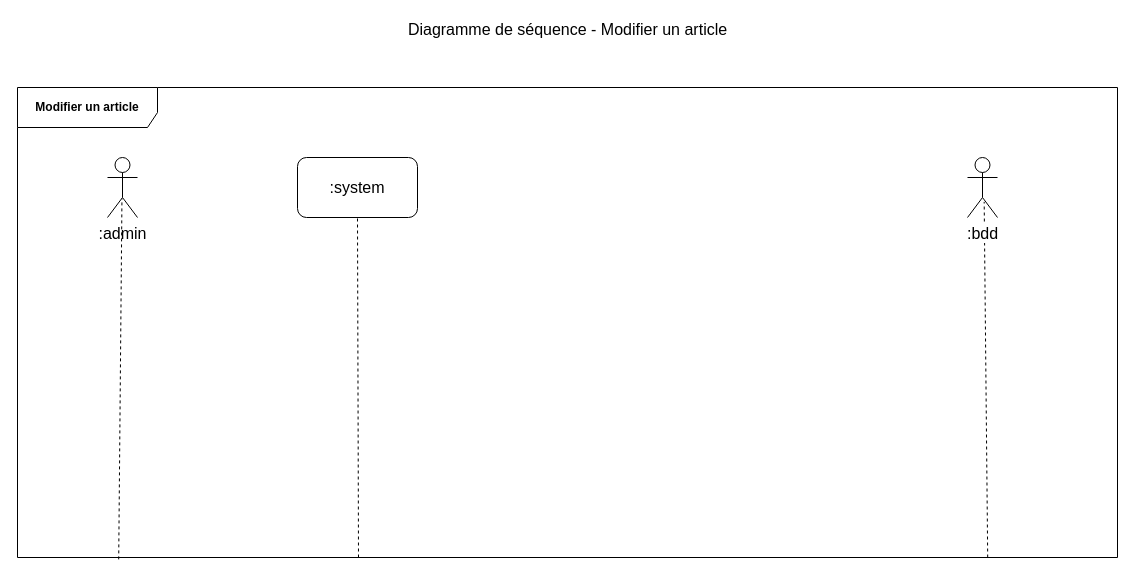
thomas-claireau/PHP---P6-Openclassrooms keeps this draw.io diagram as uml-diagrams/drawio/diagram-sequence-update-article.drawio. Above is the earlier version. Source tidied: cells renumbered, new cells numbered last; positions are measured from the earlier drawing's top-left corner, leaving out a move shared by most shapes. Both pictures are drawn from the tidied source at 100%, with x=0, y=0 at pixel (17, 17).
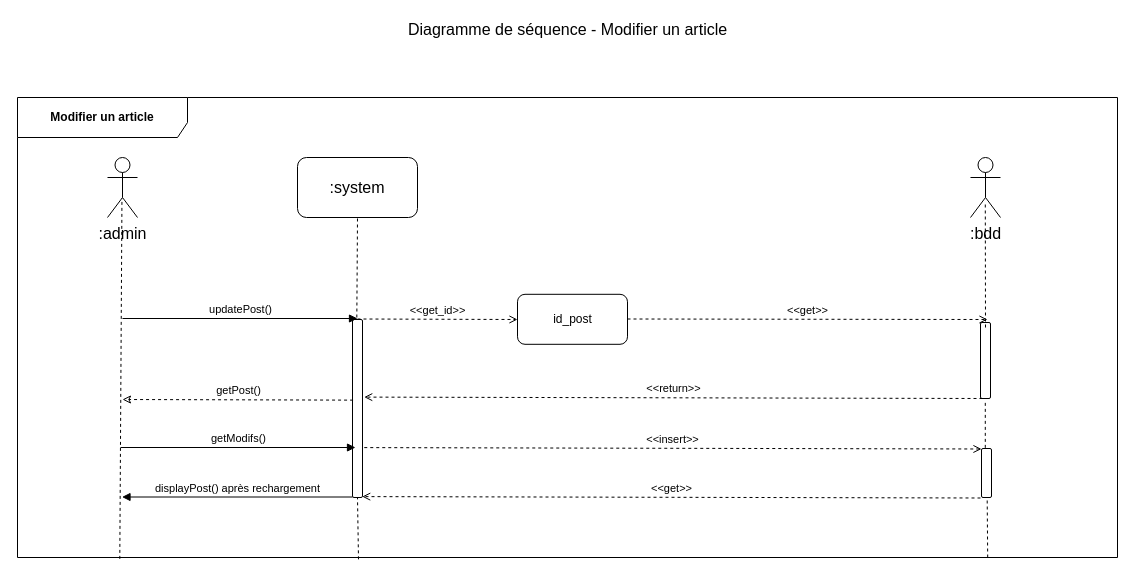
The same page after the edit.

Commit message (it also covers changes not shown here):
update sequence diagram

The change refers to these unchanged cells:
```xml
<mxCell id="4" value=":admin" style="shape=umlActor;verticalLabelPosition=bottom;labelBackgroundColor=#ffffff;verticalAlign=top;html=1;shadow=0;strokeColor=#000000;gradientColor=none;fontSize=16;align=center;" parent="1" vertex="1">
  <mxGeometry x="90" y="140" width="30" height="60" as="geometry" />
</mxCell>
<mxCell id="5" value=":system" style="rounded=1;whiteSpace=wrap;html=1;shadow=0;labelBackgroundColor=#ffffff;strokeColor=#000000;gradientColor=none;fontSize=16;align=center;" parent="1" vertex="1">
  <mxGeometry x="280" y="140" width="120" height="60" as="geometry" />
</mxCell>
```

Change to the diagram source:
```diff
@@
-    <mxCell id="2" value="Modifier un article" style="shape=umlFrame;whiteSpace=wrap;html=1;width=140;height=40;fontStyle=1;labelBackgroundColor=#ffffff;labelBorderColor=none;gradientColor=none;swimlaneFillColor=none;shadow=0;strokeColor=#000000;" parent="1" vertex="1">
-      <mxGeometry y="70" width="1100" height="470" as="geometry" />
+    <mxCell id="2" value="Modifier un article" style="shape=umlFrame;whiteSpace=wrap;html=1;width=170;height=40;fontStyle=1;labelBackgroundColor=#ffffff;labelBorderColor=none;gradientColor=none;swimlaneFillColor=none;shadow=0;strokeColor=#000000;" parent="1" vertex="1">
+      <mxGeometry y="80" width="1100" height="460" as="geometry" />
     </mxCell>
@@
-    <mxCell id="6" style="endArrow=none;dashed=1;html=1;fontSize=16;entryX=0.482;entryY=0.683;entryDx=0;entryDy=0;entryPerimeter=0;exitX=0.092;exitY=1.004;exitDx=0;exitDy=0;exitPerimeter=0;" parent="1" edge="1" source="2" target="4">
+    <mxCell id="6" style="endArrow=none;dashed=1;html=1;fontSize=16;entryX=0.482;entryY=0.683;entryDx=0;entryDy=0;entryPerimeter=0;exitX=0.093;exitY=1.003;exitDx=0;exitDy=0;exitPerimeter=0;" parent="1" edge="1" source="2" target="4">
       <mxGeometry relative="1" as="geometry" />
     </mxCell>
-    <mxCell id="7" style="endArrow=none;dashed=1;html=1;fontSize=16;entryX=0.5;entryY=1;entryDx=0;entryDy=0;exitX=0.31;exitY=1;exitDx=0;exitDy=0;exitPerimeter=0;" parent="1" edge="1" source="2" target="5">
-      <mxGeometry relative="1" as="geometry" />
-    </mxCell>
-    <mxCell id="8" style="endArrow=none;dashed=1;html=1;fontSize=16;entryX=0.556;entryY=0.739;entryDx=0;entryDy=0;entryPerimeter=0;exitX=0.882;exitY=1;exitDx=0;exitDy=0;exitPerimeter=0;" parent="1" edge="1" source="2" target="9">
-      <mxGeometry relative="1" as="geometry" />
-    </mxCell>
+    <mxCell id="10" style="endArrow=none;dashed=1;html=1;fontSize=16;entryX=0.5;entryY=1;entryDx=0;entryDy=0;exitX=0.31;exitY=1;exitDx=0;exitDy=0;exitPerimeter=0;" parent="1" edge="1" source="13" target="5">
+      <mxGeometry relative="1" as="geometry" />
+    </mxCell>
     <mxCell id="9" value=":bdd" style="shape=umlActor;verticalLabelPosition=bottom;labelBackgroundColor=#ffffff;verticalAlign=top;html=1;shadow=0;strokeColor=#000000;gradientColor=none;fontSize=16;align=center;" parent="1" vertex="1">
-      <mxGeometry x="950" y="140" width="30" height="60" as="geometry" />
+      <mxGeometry x="953" y="140" width="30" height="60" as="geometry" />
     </mxCell>
+    <mxCell id="11" value="id_post" style="html=1;gradientColor=none;rounded=1;" parent="1" vertex="1">
+      <mxGeometry x="500" y="276.8" width="110" height="50" as="geometry" />
+    </mxCell>
+    <mxCell id="12" value="&amp;lt;&amp;lt;get_id&amp;gt;&amp;gt;" style="html=1;verticalAlign=bottom;endArrow=open;fontSize=11;dashed=1;endFill=0;" parent="1" edge="1">
+      <mxGeometry relative="1" as="geometry">
+        <mxPoint x="340" y="301.5" as="sourcePoint" />
+        <mxPoint x="500" y="302" as="targetPoint" />
+      </mxGeometry>
+    </mxCell>
+    <mxCell id="13" style="html=1;points=[];perimeter=orthogonalPerimeter;rounded=1;gradientColor=none;" parent="1" vertex="1">
+      <mxGeometry x="335" y="302" width="10" height="178" as="geometry" />
+    </mxCell>
+    <mxCell id="14" style="endArrow=none;dashed=1;html=1;fontSize=16;entryX=0.5;entryY=1;entryDx=0;entryDy=0;exitX=0.31;exitY=1.004;exitDx=0;exitDy=0;exitPerimeter=0;" parent="1" edge="1" source="2" target="13">
+      <mxGeometry relative="1" as="geometry" />
+    </mxCell>
+    <mxCell id="15" value="updatePost()" style="html=1;verticalAlign=bottom;endArrow=block;fontSize=11;" parent="1" edge="1">
+      <mxGeometry relative="1" as="geometry">
+        <mxPoint x="105" y="301" as="sourcePoint" />
+        <mxPoint x="340" y="301" as="targetPoint" />
+      </mxGeometry>
+    </mxCell>
+    <mxCell id="16" style="html=1;points=[];perimeter=orthogonalPerimeter;rounded=1;gradientColor=none;" parent="1" vertex="1">
+      <mxGeometry x="963" y="305" width="10" height="76" as="geometry" />
+    </mxCell>
+    <mxCell id="17" value="&amp;lt;&amp;lt;get&amp;gt;&amp;gt;" style="html=1;verticalAlign=bottom;endArrow=open;fontSize=11;dashed=1;endFill=0;" parent="1" edge="1">
+      <mxGeometry relative="1" as="geometry">
+        <mxPoint x="610" y="301.5" as="sourcePoint" />
+        <mxPoint x="970" y="302" as="targetPoint" />
+      </mxGeometry>
+    </mxCell>
+    <mxCell id="18" value="&amp;lt;&amp;lt;return&amp;gt;&amp;gt;" style="html=1;verticalAlign=bottom;endArrow=open;fontSize=11;dashed=1;endFill=0;entryX=1.168;entryY=0.713;entryDx=0;entryDy=0;entryPerimeter=0;exitX=0.146;exitY=0.999;exitDx=0;exitDy=0;exitPerimeter=0;" parent="1" edge="1">
+      <mxGeometry relative="1" as="geometry">
+        <mxPoint x="965" y="381" as="sourcePoint" />
+        <mxPoint x="346.7" y="379.6" as="targetPoint" />
+      </mxGeometry>
+    </mxCell>
+    <mxCell id="19" value="getPost()" style="html=1;verticalAlign=bottom;endArrow=classic;fontSize=11;exitX=0.057;exitY=0.453;exitDx=0;exitDy=0;exitPerimeter=0;dashed=1;endFill=0;" parent="1" edge="1" source="13">
+      <mxGeometry relative="1" as="geometry">
+        <mxPoint x="105" y="382" as="targetPoint" />
+      </mxGeometry>
+    </mxCell>
+    <mxCell id="20" style="endArrow=none;dashed=1;html=1;fontSize=16;entryX=0.493;entryY=0.739;entryDx=0;entryDy=0;entryPerimeter=0;" parent="1" edge="1" target="9">
+      <mxGeometry relative="1" as="geometry">
+        <mxPoint x="968" y="310" as="sourcePoint" />
+      </mxGeometry>
+    </mxCell>
+    <mxCell id="21" value="getModifs()" style="html=1;verticalAlign=bottom;endArrow=block;fontSize=11;" parent="1" edge="1">
+      <mxGeometry relative="1" as="geometry">
+        <mxPoint x="103" y="430" as="sourcePoint" />
+        <mxPoint x="338" y="430" as="targetPoint" />
+      </mxGeometry>
+    </mxCell>
+    <mxCell id="22" style="endArrow=none;dashed=1;html=1;fontSize=16;entryX=0.556;entryY=0.739;entryDx=0;entryDy=0;entryPerimeter=0;exitX=0.882;exitY=1;exitDx=0;exitDy=0;exitPerimeter=0;" parent="1" edge="1" source="2" target="23">
+      <mxGeometry relative="1" as="geometry" />
+    </mxCell>
+    <mxCell id="23" style="html=1;points=[];perimeter=orthogonalPerimeter;rounded=1;gradientColor=none;" parent="1" vertex="1">
+      <mxGeometry x="964" y="431" width="10" height="49" as="geometry" />
+    </mxCell>
+    <mxCell id="24" value="&amp;lt;&amp;lt;insert&amp;gt;&amp;gt;" style="html=1;verticalAlign=bottom;endArrow=none;fontSize=11;dashed=1;endFill=0;entryX=1.168;entryY=0.713;entryDx=0;entryDy=0;entryPerimeter=0;exitX=0.146;exitY=0.999;exitDx=0;exitDy=0;exitPerimeter=0;startArrow=open;startFill=0;" parent="1" edge="1">
+      <mxGeometry relative="1" as="geometry">
+        <mxPoint x="964" y="431.5" as="sourcePoint" />
+        <mxPoint x="345.7" y="430.1" as="targetPoint" />
+      </mxGeometry>
+    </mxCell>
+    <mxCell id="25" style="endArrow=none;dashed=1;html=1;entryX=0.479;entryY=1.037;entryDx=0;entryDy=0;entryPerimeter=0;exitX=0.379;exitY=-0.013;exitDx=0;exitDy=0;exitPerimeter=0;" parent="1" edge="1" source="23" target="16">
+      <mxGeometry relative="1" as="geometry" />
+    </mxCell>
+    <mxCell id="26" value="&amp;lt;&amp;lt;get&amp;gt;&amp;gt;" style="html=1;verticalAlign=bottom;endArrow=open;fontSize=11;dashed=1;endFill=0;entryX=1.168;entryY=0.713;entryDx=0;entryDy=0;entryPerimeter=0;exitX=0.146;exitY=0.999;exitDx=0;exitDy=0;exitPerimeter=0;startArrow=none;startFill=0;" parent="1" edge="1">
+      <mxGeometry relative="1" as="geometry">
+        <mxPoint x="963" y="480.5" as="sourcePoint" />
+        <mxPoint x="344.7" y="479.1" as="targetPoint" />
+      </mxGeometry>
+    </mxCell>
+    <mxCell id="27" value="displayPost() après rechargement" style="html=1;verticalAlign=bottom;endArrow=block;fontSize=11;exitX=0.057;exitY=0.667;exitDx=0;exitDy=0;exitPerimeter=0;" parent="1" edge="1">
+      <mxGeometry relative="1" as="geometry">
+        <mxPoint x="335.1" y="479.5" as="sourcePoint" />
+        <mxPoint x="104.5" y="479.5" as="targetPoint" />
+      </mxGeometry>
+    </mxCell>
```
